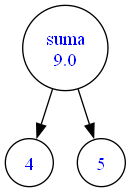
Earlier version of the Graphviz export GraficaArbol.png (Javier-201906795/LFP_S2_2023_Proyecto1_201906795). Its source is kept beside it as GraficaArbol.dot.
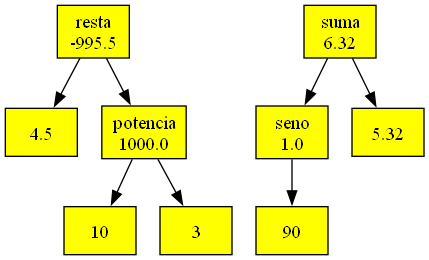
Above is the later version.

The edit, as a diff of the source:
```diff
@@ -1,9 +1,23 @@
 digraph Grafica {
-	node [fillcolor=white fontcolor=blue shape=circle style=filled]
-	x4 [label=4]
-	x5 [label=5]
-	x6 [label="suma
-9.0"]
-	x6 -> x5
-	x6 -> x4
+	node [fillcolor=yellow fontcolor=black shape=box style=filled]
+	x10 [label=4.5]
+	x11 [label=10]
+	x12 [label=3]
+	x13 [label="potencia
+1000.0"]
+	x13 -> x12
+	x13 -> x11
+	x14 [label="resta
+-995.5"]
+	x14 -> x13
+	x14 -> x10
+	x15 [label="seno
+1.0"]
+	x16 [label=90]
+	x15 -> x16
+	x17 [label=5.32]
+	x18 [label="suma
+6.32"]
+	x18 -> x17
+	x18 -> x15
 }
```
